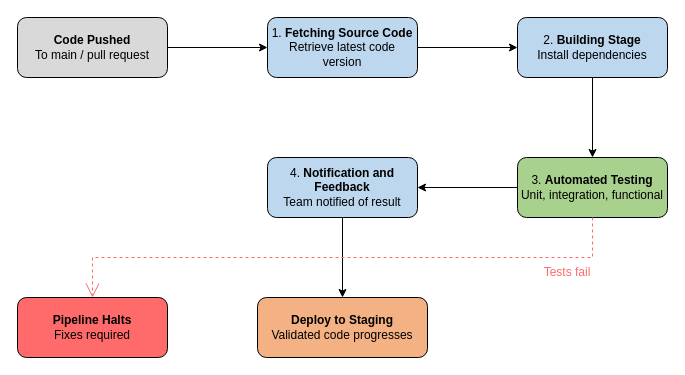
Above: DevOps_Figure_3.drawio in Matasem-h/SimpleFlowcharts (draw.io), before the change. Source tidied: cells renumbered, new cells numbered last; positions are measured from the earlier drawing's top-left corner, leaving out a move shared by most shapes. Both pictures are drawn from the tidied source at 100%, with x=0, y=0 at pixel (17, 17).
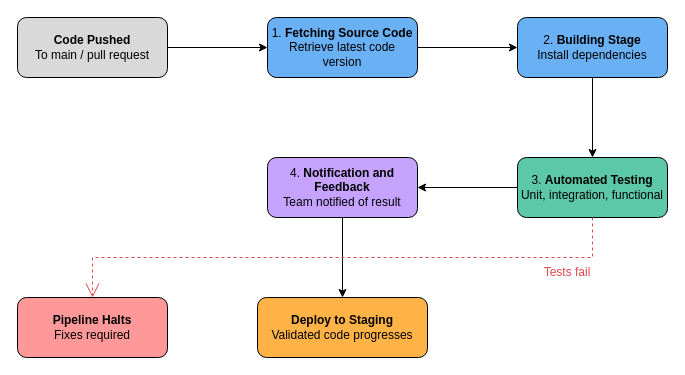
Above is the later version.

Diff of the diagram source:
```diff
@@
 <mxGraphModel>
   <root>
     <mxCell id="0" />
     <mxCell id="1" parent="0" />
-    <mxCell id="2" value="&lt;div&gt;1. &lt;b&gt;&lt;font&gt;Fetching Source Code&lt;/font&gt;&lt;/b&gt;&lt;/div&gt;&lt;div&gt;Retrieve latest code version&lt;/div&gt;" style="rounded=1;whiteSpace=wrap;html=1;fillColor=#BDD7EE;" parent="1" vertex="1">
+    <mxCell id="2" value="&lt;div&gt;1. &lt;b&gt;&lt;font&gt;Fetching Source Code&lt;/font&gt;&lt;/b&gt;&lt;/div&gt;&lt;div&gt;Retrieve latest code version&lt;/div&gt;" style="rounded=1;whiteSpace=wrap;html=1;fillColor=#6AB0F5;fontColor=#000000;" parent="1" vertex="1">
       <mxGeometry x="250" width="150" height="60" as="geometry" />
     </mxCell>
-    <mxCell id="3" value="&lt;div&gt;2. &lt;b&gt;Building Stage&lt;/b&gt;&lt;/div&gt;&lt;div&gt;Install dependencies&lt;/div&gt;" style="rounded=1;whiteSpace=wrap;html=1;fillColor=#BDD7EE;" parent="1" vertex="1">
+    <mxCell id="3" value="&lt;div&gt;2. &lt;b&gt;Building Stage&lt;/b&gt;&lt;/div&gt;&lt;div&gt;Install dependencies&lt;/div&gt;" style="rounded=1;whiteSpace=wrap;html=1;fillColor=#6AB0F5;fontColor=#000000;" parent="1" vertex="1">
       <mxGeometry x="500" width="150" height="60" as="geometry" />
     </mxCell>
-    <mxCell id="4" value="&lt;div&gt;&lt;b&gt;Code Pushed&lt;/b&gt;&lt;/div&gt;&lt;div&gt;To main / pull request&lt;/div&gt;" style="rounded=1;whiteSpace=wrap;html=1;fillColor=#D9D9D9;" parent="1" vertex="1">
+    <mxCell id="4" value="&lt;div&gt;&lt;b&gt;Code Pushed&lt;/b&gt;&lt;/div&gt;&lt;div&gt;To main / pull request&lt;/div&gt;" style="rounded=1;whiteSpace=wrap;html=1;fillColor=#D9D9D9;fontColor=#000000;" parent="1" vertex="1">
       <mxGeometry width="150" height="60" as="geometry" />
     </mxCell>
-    <mxCell id="5" value="&lt;div&gt;4. &lt;b&gt;Notification and Feedback&lt;/b&gt;&lt;/div&gt;&lt;div&gt;Team notified of result&lt;/div&gt;" style="rounded=1;whiteSpace=wrap;html=1;fillColor=#BDD7EE;" parent="1" vertex="1">
+    <mxCell id="5" value="&lt;div&gt;4. &lt;b&gt;Notification and Feedback&lt;/b&gt;&lt;/div&gt;&lt;div&gt;Team notified of result&lt;/div&gt;" style="rounded=1;whiteSpace=wrap;html=1;fillColor=#C5A3FF;fontColor=#000000;" parent="1" vertex="1">
       <mxGeometry x="250" y="140" width="150" height="60" as="geometry" />
     </mxCell>
-    <mxCell id="6" value="&lt;div&gt;3. &lt;b&gt;Automated Testing&lt;/b&gt;&lt;/div&gt;&lt;div&gt;Unit, integration, functional&lt;/div&gt;" style="rounded=1;whiteSpace=wrap;html=1;fillColor=#A9D18E;" parent="1" vertex="1">
+    <mxCell id="6" value="&lt;div&gt;3. &lt;b&gt;Automated Testing&lt;/b&gt;&lt;/div&gt;&lt;div&gt;Unit, integration, functional&lt;/div&gt;" style="rounded=1;whiteSpace=wrap;html=1;fillColor=#5CC8A8;fontColor=#000000;" parent="1" vertex="1">
       <mxGeometry x="500" y="140" width="150" height="60" as="geometry" />
     </mxCell>
-    <mxCell id="7" value="&lt;div&gt;&lt;b&gt;Pipeline Halts&lt;/b&gt;&lt;/div&gt;&lt;div&gt;Fixes required&lt;/div&gt;" style="rounded=1;whiteSpace=wrap;html=1;fillColor=#FF6B6B;" parent="1" vertex="1">
+    <mxCell id="7" value="&lt;div&gt;&lt;b&gt;Pipeline Halts&lt;/b&gt;&lt;/div&gt;&lt;div&gt;Fixes required&lt;/div&gt;" style="rounded=1;whiteSpace=wrap;html=1;fillColor=#FF9999;fontColor=#000000;" parent="1" vertex="1">
       <mxGeometry y="280" width="150" height="60" as="geometry" />
     </mxCell>
-    <mxCell id="8" value="&lt;div&gt;&lt;b&gt;Deploy to Staging&lt;/b&gt;&lt;/div&gt;&lt;div&gt;Validated code progresses&lt;/div&gt;" style="rounded=1;whiteSpace=wrap;html=1;fillColor=#F4B183;" parent="1" vertex="1">
+    <mxCell id="8" value="&lt;div&gt;&lt;b&gt;Deploy to Staging&lt;/b&gt;&lt;/div&gt;&lt;div&gt;Validated code progresses&lt;/div&gt;" style="rounded=1;whiteSpace=wrap;html=1;fillColor=#FFB347;fontColor=#000000;" parent="1" vertex="1">
       <mxGeometry x="240" y="280" width="170" height="60" as="geometry" />
     </mxCell>
     <mxCell id="9" style="endArrow=classic;html=1;rounded=0;entryX=0;entryY=0.5;entryDx=0;entryDy=0;exitX=1;exitY=0.5;exitDx=0;exitDy=0;" parent="1" edge="1" source="4" target="2">
       <mxGeometry relative="1" as="geometry" />
     </mxCell>
     <mxCell id="10" style="endArrow=classic;html=1;rounded=0;entryX=0;entryY=0.5;entryDx=0;entryDy=0;exitX=1;exitY=0.5;exitDx=0;exitDy=0;" parent="1" edge="1" source="2" target="3">
       <mxGeometry relative="1" as="geometry" />
     </mxCell>
     <mxCell id="11" style="endArrow=classic;html=1;rounded=0;exitX=0.5;exitY=1;exitDx=0;exitDy=0;entryX=0.5;entryY=0;entryDx=0;entryDy=0;" parent="1" edge="1" source="3" target="6">
       <mxGeometry relative="1" as="geometry" />
     </mxCell>
     <mxCell id="12" style="endArrow=classic;html=1;rounded=0;exitX=0;exitY=0.5;exitDx=0;exitDy=0;entryX=1;entryY=0.5;entryDx=0;entryDy=0;" parent="1" edge="1" source="6" target="5">
       <mxGeometry relative="1" as="geometry" />
     </mxCell>
     <mxCell id="13" style="endArrow=classic;html=1;rounded=0;exitX=0.5;exitY=1;exitDx=0;exitDy=0;entryX=0.5;entryY=0;entryDx=0;entryDy=0;" parent="1" edge="1" source="5" target="8">
       <mxGeometry relative="1" as="geometry" />
     </mxCell>
-    <mxCell id="14" style="endArrow=open;endSize=12;dashed=1;html=1;rounded=0;exitX=0.5;exitY=1;exitDx=0;exitDy=0;edgeStyle=elbowEdgeStyle;elbow=vertical;entryX=0.5;entryY=0;entryDx=0;entryDy=0;strokeColor=#FF6B6B;" parent="1" edge="1" source="6" target="7">
+    <mxCell id="14" style="endArrow=open;endSize=12;dashed=1;html=1;rounded=0;exitX=0.5;exitY=1;exitDx=0;exitDy=0;edgeStyle=elbowEdgeStyle;elbow=vertical;entryX=0.5;entryY=0;entryDx=0;entryDy=0;strokeColor=#E24B4A;" parent="1" edge="1" source="6" target="7">
       <mxGeometry relative="1" as="geometry" />
     </mxCell>
-    <mxCell id="15" value="Tests fail" style="text;html=1;whiteSpace=wrap;strokeColor=none;fillColor=none;align=center;verticalAlign=middle;rounded=0;fontColor=#FF6B6B;" parent="1" vertex="1">
+    <mxCell id="15" value="Tests fail" style="text;html=1;whiteSpace=wrap;strokeColor=none;fillColor=none;align=center;verticalAlign=middle;rounded=0;fontColor=#E24B4A;" parent="1" vertex="1">
       <mxGeometry x="520" y="240" width="60" height="30" as="geometry" />
     </mxCell>
   </root>
 </mxGraphModel>
```
